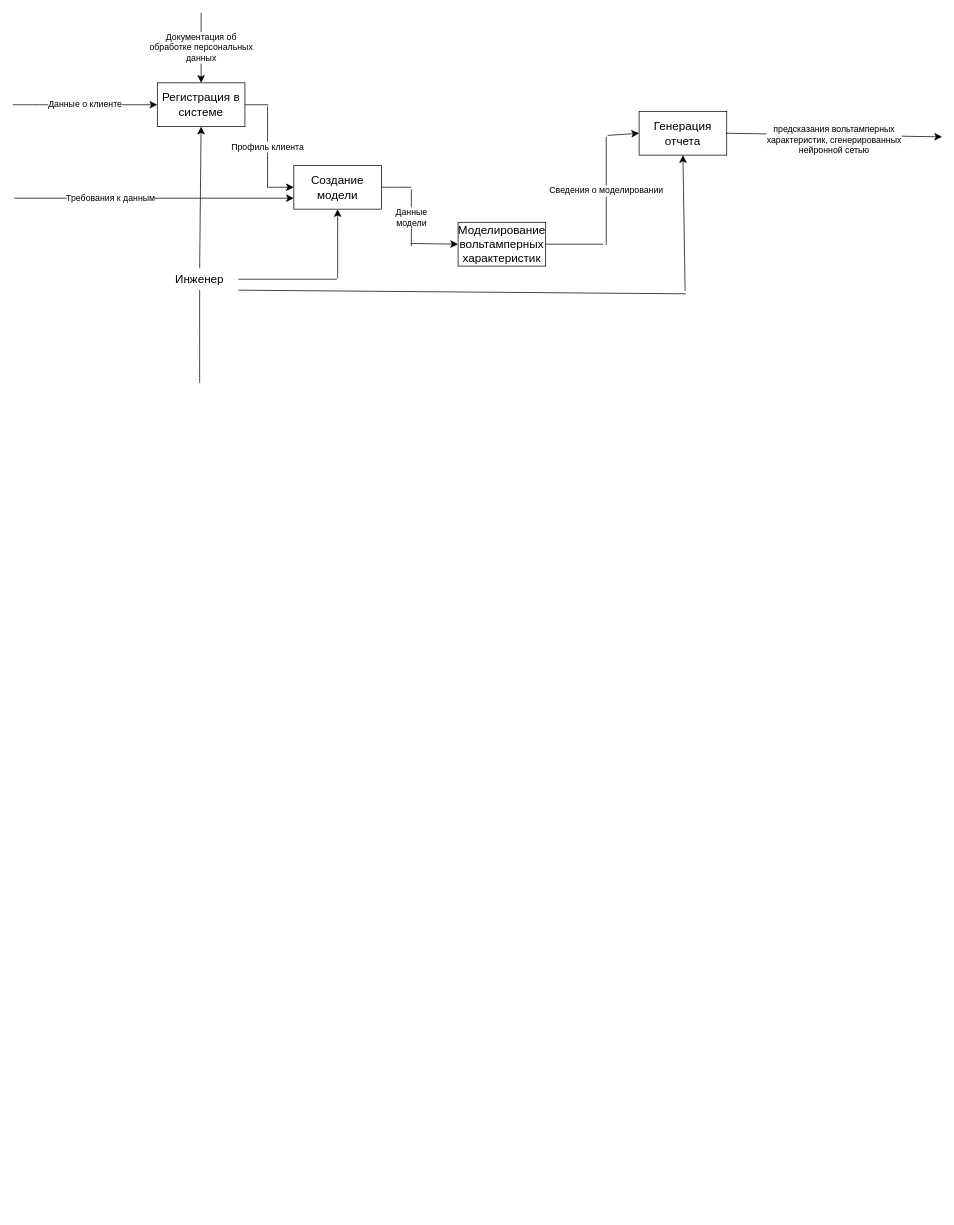
Before: Lab4.drawio in DiKachura/tppo, a draw.io diagram. Source tidied: cells renumbered, new cells numbered last; positions are measured from the earlier drawing's top-left corner, leaving out a move shared by most shapes. Both pictures are drawn from the tidied source at 73%, with x=0, y=0 at pixel (12, 12).
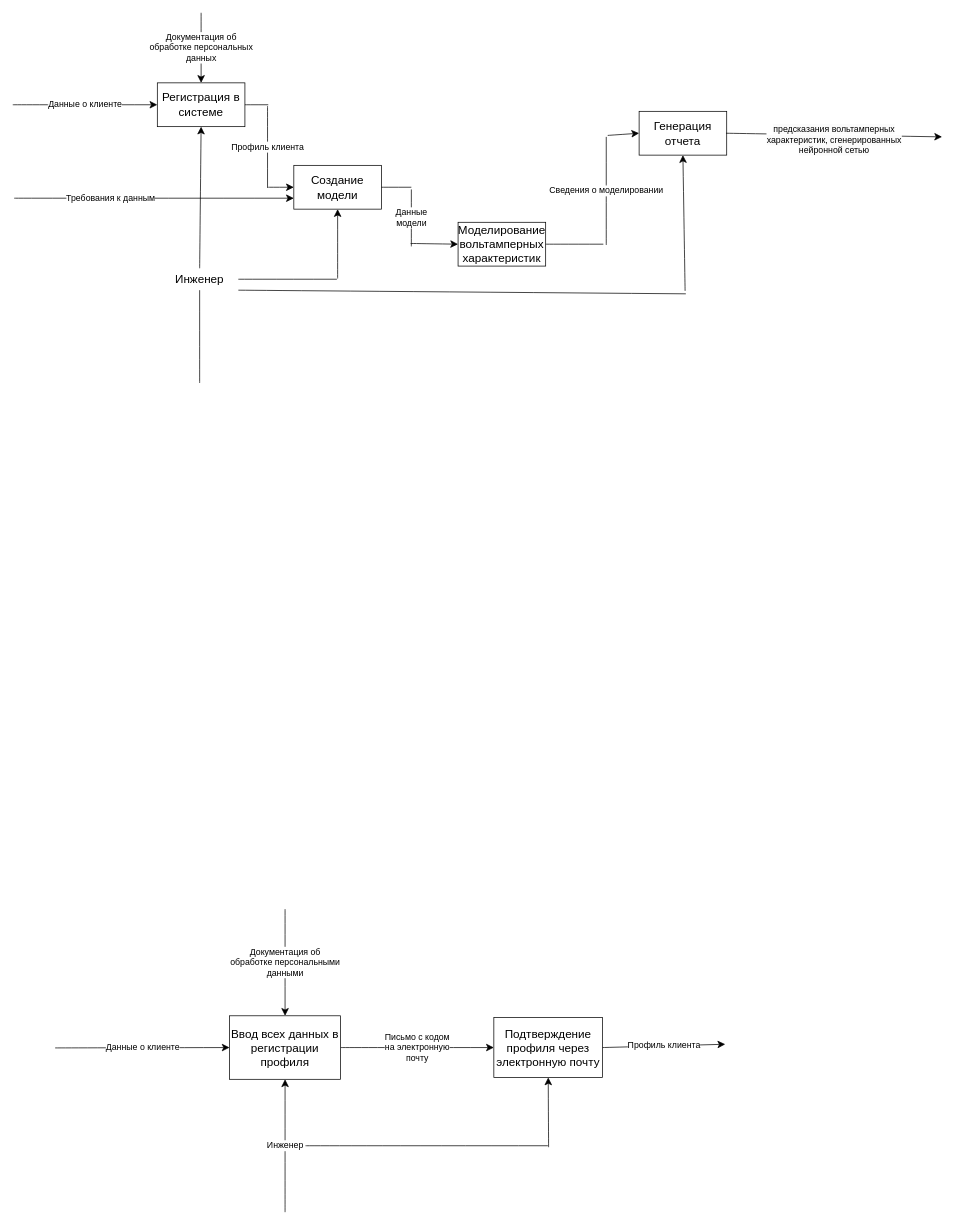
After the change.

Commit message:
Диаграмма декомпозиции «Регистрация на сайте».drawio

Diff of the diagram source:
```diff
@@
+    <mxCell id="26" value="Письмо с кодом &lt;br&gt;на электронную&lt;br&gt;почту" style="edgeStyle=none;curved=1;rounded=0;jettySize=auto;html=1;entryX=0;entryY=0.5;entryDx=0;entryDy=0;fontSize=12;startSize=8;endSize=8;" parent="1" edge="1" source="27" target="31">
+      <mxGeometry relative="1" as="geometry" />
+    </mxCell>
+    <mxCell id="27" value="Ввод всех данных в регистрации профиля" style="rounded=0;whiteSpace=wrap;html=1;fontSize=16;" parent="1" vertex="1">
+      <mxGeometry x="297" y="1374" width="152" height="87" as="geometry" />
+    </mxCell>
+    <mxCell id="28" value="Данные о клиенте" style="endArrow=classic;html=1;rounded=0;fontSize=12;startSize=8;endSize=8;curved=1;entryX=0;entryY=0.5;entryDx=0;entryDy=0;" parent="1" edge="1" target="27">
+      <mxGeometry relative="1" as="geometry">
+        <mxPoint x="58" y="1418" as="sourcePoint" />
+      </mxGeometry>
+    </mxCell>
+    <mxCell id="29" value="Документация об &lt;br&gt;обработке персональными &lt;br&gt;данными" style="endArrow=classic;html=1;rounded=0;fontSize=12;startSize=8;endSize=8;curved=1;entryX=0.5;entryY=0;entryDx=0;entryDy=0;" parent="1" edge="1" target="27">
+      <mxGeometry relative="1" as="geometry">
+        <mxPoint x="373" y="1228" as="sourcePoint" />
+      </mxGeometry>
+    </mxCell>
+    <mxCell id="30" value="Инженер" style="endArrow=classic;html=1;rounded=0;fontSize=12;startSize=8;endSize=8;curved=1;entryX=0.5;entryY=1;entryDx=0;entryDy=0;" parent="1" edge="1" target="27">
+      <mxGeometry relative="1" as="geometry">
+        <mxPoint x="373" y="1643" as="sourcePoint" />
+      </mxGeometry>
+    </mxCell>
+    <mxCell id="31" value="Подтверждение профиля через электронную почту" style="rounded=0;whiteSpace=wrap;html=1;fontSize=16;" parent="1" vertex="1">
+      <mxGeometry x="659" y="1376.5" width="149" height="82" as="geometry" />
+    </mxCell>
+    <mxCell id="32" style="endArrow=none;html=1;rounded=0;fontSize=12;startSize=8;endSize=8;curved=1;" parent="1" edge="1">
+      <mxGeometry relative="1" as="geometry">
+        <mxPoint x="401" y="1552" as="sourcePoint" />
+        <mxPoint x="733" y="1552" as="targetPoint" />
+      </mxGeometry>
+    </mxCell>
+    <mxCell id="33" style="endArrow=classic;html=1;rounded=0;fontSize=12;startSize=8;endSize=8;curved=1;entryX=0.5;entryY=1;entryDx=0;entryDy=0;" parent="1" edge="1" target="31">
+      <mxGeometry relative="1" as="geometry">
+        <mxPoint x="734" y="1554" as="sourcePoint" />
+      </mxGeometry>
+    </mxCell>
+    <mxCell id="34" value="Профиль клиента" style="endArrow=classic;html=1;rounded=0;fontSize=12;startSize=8;endSize=8;curved=1;exitX=1;exitY=0.5;exitDx=0;exitDy=0;" parent="1" edge="1" source="31">
+      <mxGeometry relative="1" as="geometry">
+        <mxPoint x="976" y="1413" as="targetPoint" />
+      </mxGeometry>
+    </mxCell>
```
